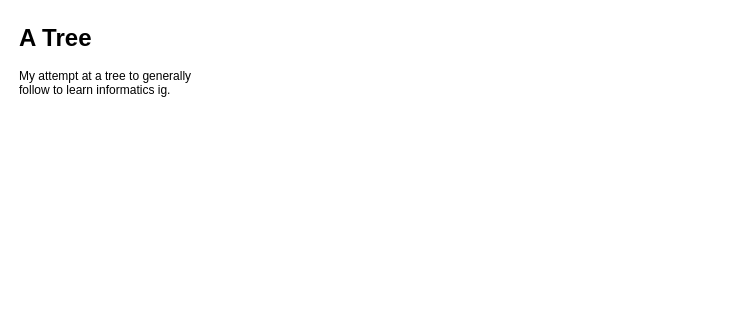
Earlier version of the draw.io diagram aio.drawio (RainFox141/tree). Source tidied: cells renumbered, new cells numbered last; positions are measured from the earlier drawing's top-left corner, leaving out a move shared by most shapes. Both pictures are drawn from the tidied source at 100%, with x=0, y=0 at pixel (17, 17).
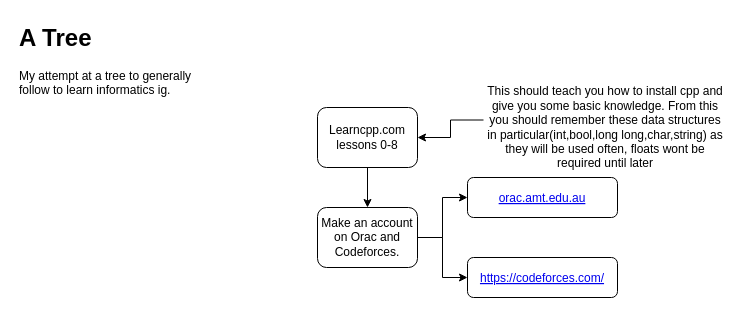
Above is the later version.

Change to the diagram source:
```diff
@@
 <mxGraphModel>
   <root>
     <mxCell id="0" />
     <mxCell id="1" parent="0" />
     <mxCell id="2" value="&lt;h1 style=&quot;margin-top: 0px;&quot;&gt;A Tree&lt;br&gt;&lt;/h1&gt;&lt;p&gt;My attempt at a tree to generally follow to learn informatics ig.&lt;br&gt;&lt;/p&gt;" style="text;html=1;whiteSpace=wrap;overflow=hidden;rounded=0;" parent="1" vertex="1">
-      <mxGeometry width="180" height="120" as="geometry" />
+      <mxGeometry width="180" height="140" as="geometry" />
     </mxCell>
+    <mxCell id="3" style="edgeStyle=orthogonalEdgeStyle;rounded=0;jettySize=auto;html=1;exitX=0.5;exitY=1;exitDx=0;exitDy=0;" parent="1" edge="1" source="4" target="9">
+      <mxGeometry relative="1" as="geometry" />
+    </mxCell>
+    <mxCell id="4" value="Learncpp.com lessons 0-8" style="rounded=1;whiteSpace=wrap;html=1;" parent="1" vertex="1">
+      <mxGeometry x="300" y="90" width="100" height="60" as="geometry" />
+    </mxCell>
+    <mxCell id="5" style="edgeStyle=orthogonalEdgeStyle;rounded=0;jettySize=auto;html=1;exitX=0;exitY=0.25;exitDx=0;exitDy=0;" parent="1" edge="1" source="6" target="4">
+      <mxGeometry relative="1" as="geometry" />
+    </mxCell>
+    <mxCell id="6" value="This should teach you how to install cpp and give you some basic knowledge. From this you should remember these data structures in particular(int,bool,long long,char,string) as they will be used often, floats wont be required until later" style="text;html=1;align=center;verticalAlign=middle;whiteSpace=wrap;rounded=0;" parent="1" vertex="1">
+      <mxGeometry x="466" y="95" width="244" height="30" as="geometry" />
+    </mxCell>
+    <mxCell id="7" style="edgeStyle=orthogonalEdgeStyle;rounded=0;jettySize=auto;html=1;exitX=1;exitY=0.5;exitDx=0;exitDy=0;entryX=0;entryY=0.5;entryDx=0;entryDy=0;" parent="1" edge="1" source="9" target="11">
+      <mxGeometry relative="1" as="geometry" />
+    </mxCell>
+    <mxCell id="8" style="edgeStyle=orthogonalEdgeStyle;rounded=0;jettySize=auto;html=1;exitX=1;exitY=0.5;exitDx=0;exitDy=0;entryX=0;entryY=0.5;entryDx=0;entryDy=0;" parent="1" edge="1" source="9" target="10">
+      <mxGeometry relative="1" as="geometry" />
+    </mxCell>
+    <mxCell id="9" value="Make an account on Orac and Codeforces." style="rounded=1;whiteSpace=wrap;html=1;" parent="1" vertex="1">
+      <mxGeometry x="300" y="190" width="100" height="60" as="geometry" />
+    </mxCell>
+    <mxCell id="10" value="orac.amt.edu.au" style="fontColor=#0000EE;fontStyle=4;rounded=1;overflow=hidden;spacing=10;" parent="1" vertex="1">
+      <mxGeometry x="450" y="160" width="150" height="40" as="geometry" />
+    </mxCell>
+    <mxCell id="11" value="https://codeforces.com/" style="fontColor=#0000EE;fontStyle=4;rounded=1;overflow=hidden;spacing=10;" parent="1" vertex="1">
+      <mxGeometry x="450" y="240" width="150" height="40" as="geometry" />
+    </mxCell>
   </root>
 </mxGraphModel>
```
